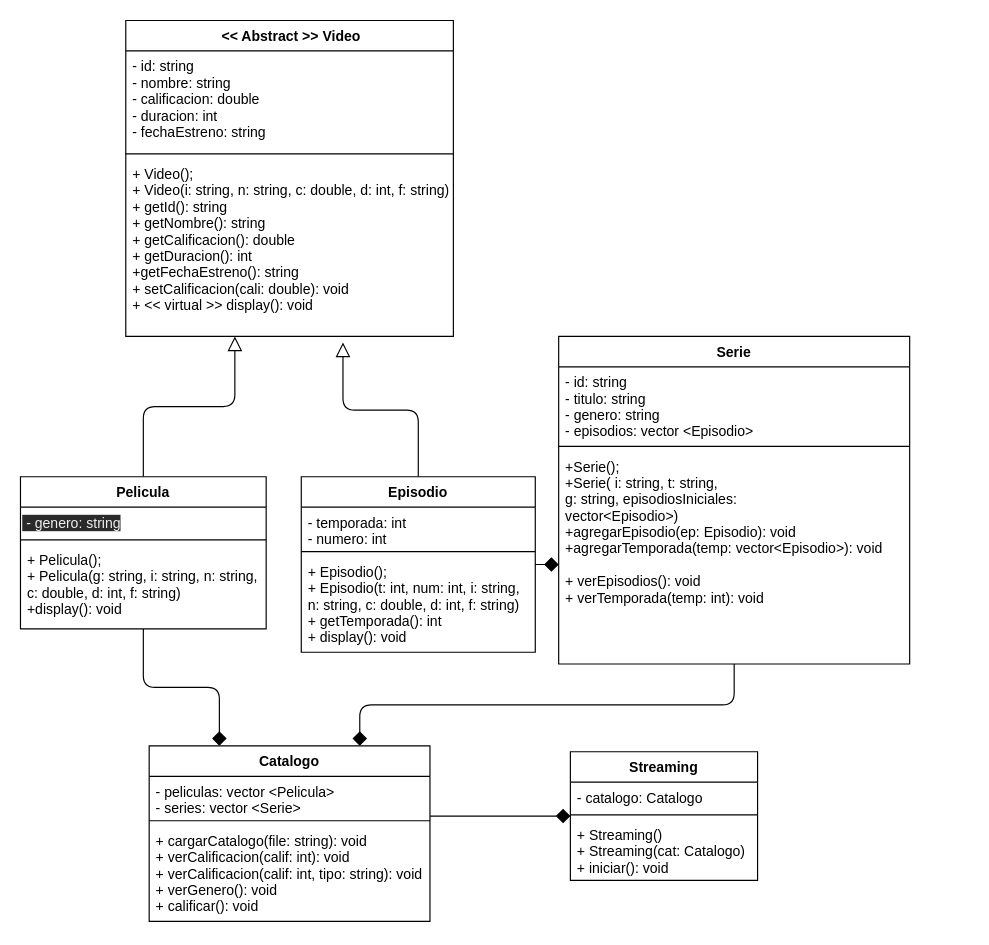
Earlier version of the draw.io diagram page "Polimorfismo" (1 of 3) of streaming.drawio (ElizabethAndriano/Streaming). Source tidied: cells renumbered, new cells numbered last; positions are measured from the earlier drawing's top-left corner, leaving out a move shared by most shapes. Both pictures are drawn from the tidied source at 117%, with x=0, y=0 at pixel (20, 20).
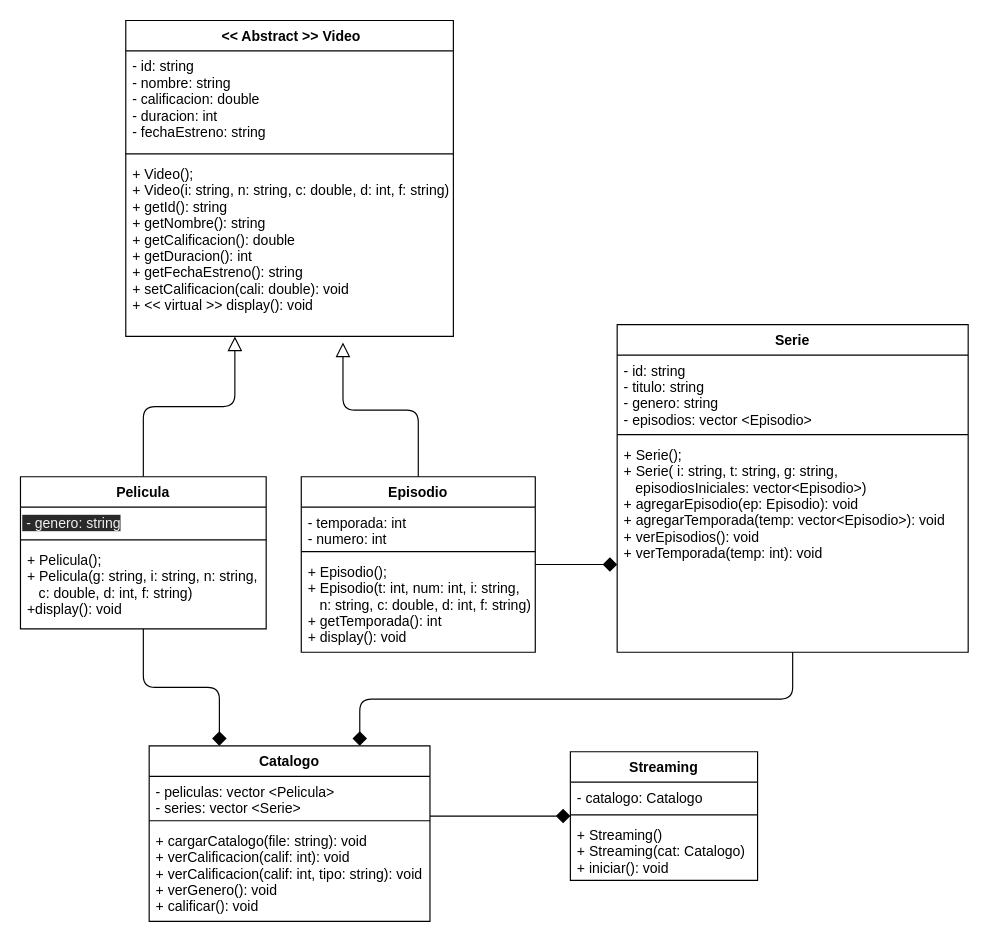
The same page after the edit.

Unchanged cells that the change refers to:
```xml
<mxCell id="4" value="Pelicula" style="swimlane;fontStyle=1;align=center;verticalAlign=top;horizontal=1;startSize=26;" parent="1" vertex="1">
  <mxGeometry y="390" width="210" height="130" as="geometry" />
</mxCell>
<mxCell id="15" value="Episodio" style="swimlane;fontStyle=1;align=center;verticalAlign=top;horizontal=1;startSize=26;" parent="1" vertex="1">
  <mxGeometry x="240" y="390" width="200" height="150" as="geometry" />
</mxCell>
<mxCell id="28" value=" &lt;&lt; Abstract &gt;&gt; Video" style="swimlane;fontStyle=1;align=center;verticalAlign=top;horizontal=1;startSize=26;" parent="1" vertex="1">
  <mxGeometry x="90" width="280" height="270" as="geometry" />
</mxCell>
```

Change to the diagram source:
```diff
@@
-    <mxCell id="7" value="+ Pelicula();&#10;+ Pelicula(g: string, i: string, n: string, &#10;c: double, d: int, f: string)&#10;+display(): void" style="text;strokeColor=none;fillColor=none;align=left;verticalAlign=top;spacingLeft=4;spacingRight=4;overflow=hidden;" parent="4" vertex="1">
+    <mxCell id="7" value="+ Pelicula();&#10;+ Pelicula(g: string, i: string, n: string, &#10;   c: double, d: int, f: string)&#10;+display(): void" style="text;strokeColor=none;fillColor=none;align=left;verticalAlign=top;spacingLeft=4;spacingRight=4;overflow=hidden;" parent="4" vertex="1">
       <mxGeometry y="58" width="210" height="72" as="geometry" />
     </mxCell>
@@
     <mxCell id="10" value="Serie" style="swimlane;fontStyle=1;align=center;verticalAlign=top;horizontal=1;startSize=26;" parent="1" vertex="1">
-      <mxGeometry x="460" y="270" width="300" height="280" as="geometry" />
+      <mxGeometry x="510" y="260" width="300" height="280" as="geometry" />
     </mxCell>
@@
-    <mxCell id="13" value="+Serie();&#10;+Serie( i: string, t: string, &#10;g: string, episodiosIniciales:&#10;vector&lt;Episodio&gt;)&#10;+agregarEpisodio(ep: Episodio): void&#10;+agregarTemporada(temp: vector&lt;Episodio&gt;): void&#10;&#10;+ verEpisodios(): void&#10;+ verTemporada(temp: int): void" style="text;strokeColor=none;fillColor=none;align=left;verticalAlign=top;spacingLeft=4;spacingRight=4;overflow=hidden;" parent="10" vertex="1">
+    <mxCell id="13" value="+ Serie();&#10;+ Serie( i: string, t: string, g: string, &#10;   episodiosIniciales: vector&lt;Episodio&gt;)&#10;+ agregarEpisodio(ep: Episodio): void&#10;+ agregarTemporada(temp: vector&lt;Episodio&gt;): void&#10;+ verEpisodios(): void&#10;+ verTemporada(temp: int): void" style="text;strokeColor=none;fillColor=none;align=left;verticalAlign=top;spacingLeft=4;spacingRight=4;overflow=hidden;" parent="10" vertex="1">
       <mxGeometry y="98" width="300" height="182" as="geometry" />
     </mxCell>
@@
-    <mxCell id="18" value="+ Episodio();&#10;+ Episodio(t: int, num: int, i: string, &#10;n: string, c: double, d: int, f: string)&#10;+ getTemporada(): int&#10;+ display(): void" style="text;strokeColor=none;fillColor=none;align=left;verticalAlign=top;spacingLeft=4;spacingRight=4;overflow=hidden;" parent="15" vertex="1">
+    <mxCell id="18" value="+ Episodio();&#10;+ Episodio(t: int, num: int, i: string, &#10;   n: string, c: double, d: int, f: string)&#10;+ getTemporada(): int&#10;+ display(): void" style="text;strokeColor=none;fillColor=none;align=left;verticalAlign=top;spacingLeft=4;spacingRight=4;overflow=hidden;" parent="15" vertex="1">
       <mxGeometry y="68" width="200" height="82" as="geometry" />
     </mxCell>
@@
-    <mxCell id="31" value="+ Video();&#10;+ Video(i: string, n: string, c: double, d: int, f: string)&#10;+ getId(): string&#10;+ getNombre(): string&#10;+ getCalificacion(): double&#10;+ getDuracion(): int&#10;+getFechaEstreno(): string&#10;+ setCalificacion(cali: double): void&#10;+ &lt;&lt; virtual &gt;&gt; display(): void" style="text;strokeColor=none;fillColor=none;align=left;verticalAlign=top;spacingLeft=4;spacingRight=4;overflow=hidden;points=[[0,0.5],[1,0.5]];portConstraint=eastwest;" parent="28" vertex="1">
+    <mxCell id="31" value="+ Video();&#10;+ Video(i: string, n: string, c: double, d: int, f: string)&#10;+ getId(): string&#10;+ getNombre(): string&#10;+ getCalificacion(): double&#10;+ getDuracion(): int&#10;+ getFechaEstreno(): string&#10;+ setCalificacion(cali: double): void&#10;+ &lt;&lt; virtual &gt;&gt; display(): void" style="text;strokeColor=none;fillColor=none;align=left;verticalAlign=top;spacingLeft=4;spacingRight=4;overflow=hidden;points=[[0,0.5],[1,0.5]];portConstraint=eastwest;" parent="28" vertex="1">
       <mxGeometry y="118" width="280" height="152" as="geometry" />
     </mxCell>
```
